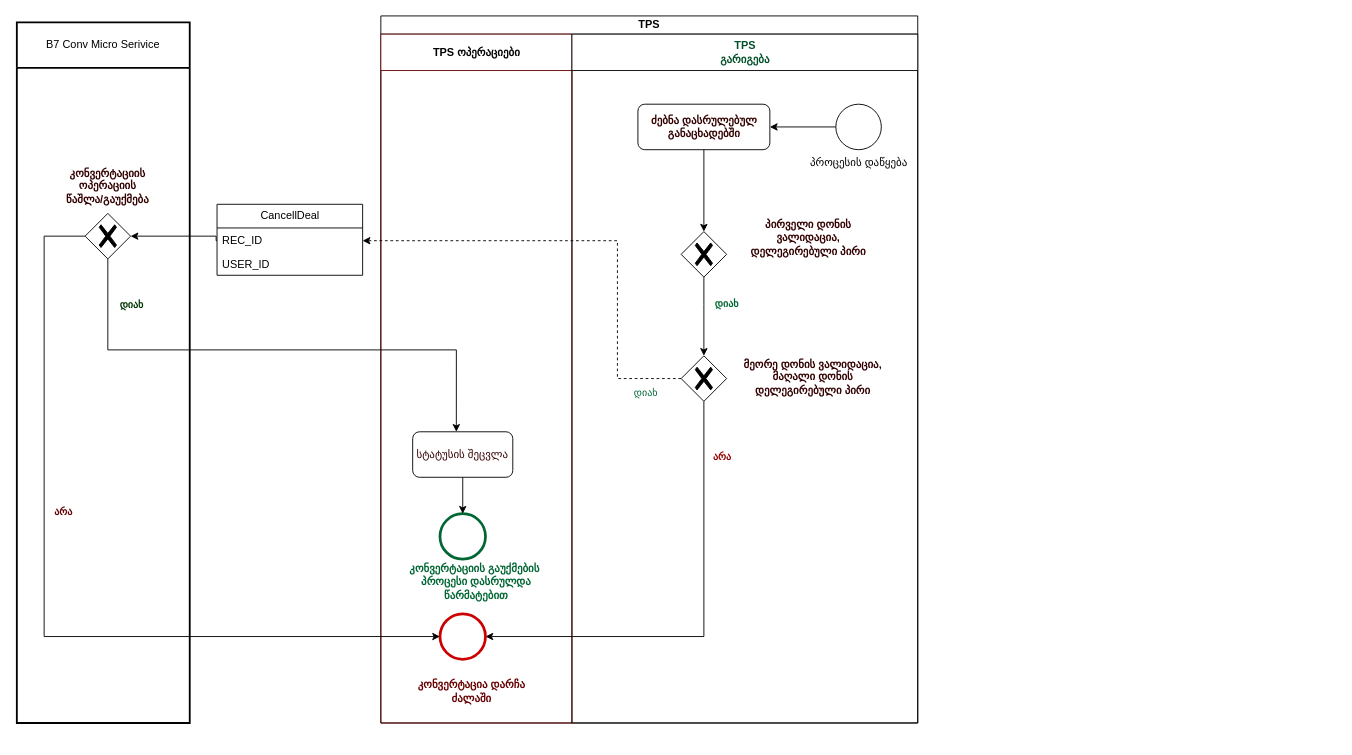
Before: page "შეთანხმების გაუქმება B7" (4 of 4) of RateDealProcessDiagram.drawio in vaso514d/drawio, a draw.io diagram. Source tidied: cells renumbered, new cells numbered last; positions are measured from the earlier drawing's top-left corner, leaving out a move shared by most shapes. Both pictures are drawn from the tidied source at 91%, with x=0, y=0 at pixel (16, 15).
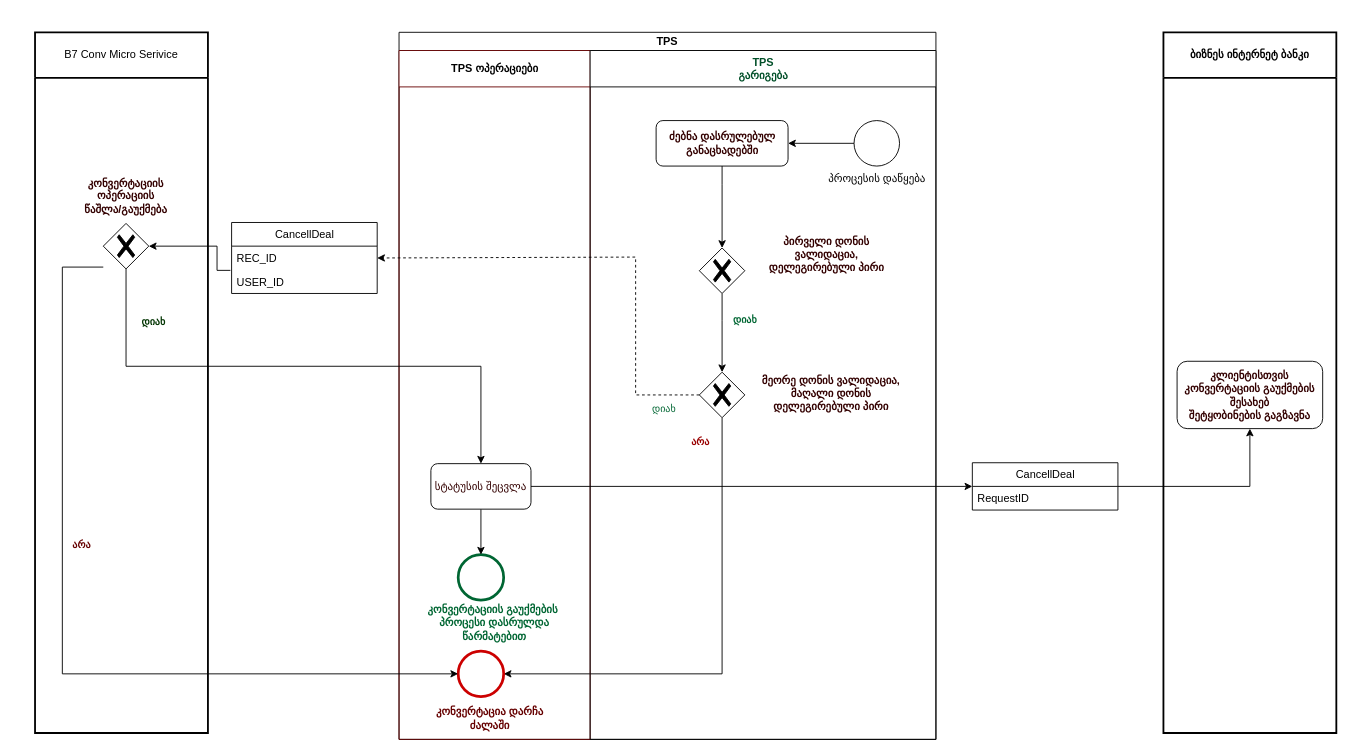
Above is the later version.

Unchanged cells that the change refers to:
```xml
<mxCell id="3" style="points=[[0.25,0.25,0],[0.5,0,0],[0.75,0.25,0],[1,0.5,0],[0.75,0.75,0],[0.5,1,0],[0.25,0.75,0],[0,0.5,0]];shape=mxgraph.bpmn.gateway2;html=1;verticalLabelPosition=bottom;labelBackgroundColor=#ffffff;verticalAlign=top;align=center;perimeter=rhombusPerimeter;outlineConnect=0;outline=none;symbol=none;gwType=exclusive;" parent="2" vertex="1">
  <mxGeometry x="75" y="210" width="50" height="50" as="geometry" />
</mxCell>
<mxCell id="8" value="TPS ოპერაციები" style="swimlane;html=1;startSize=40;perimeterSpacing=1;strokeColor=#660000;" parent="5" vertex="1">
  <mxGeometry y="20" width="210" height="757" as="geometry" />
</mxCell>
<mxCell id="16" style="points=[[0.25,0.25,0],[0.5,0,0],[0.75,0.25,0],[1,0.5,0],[0.75,0.75,0],[0.5,1,0],[0.25,0.75,0],[0,0.5,0]];shape=mxgraph.bpmn.gateway2;html=1;verticalLabelPosition=bottom;labelBackgroundColor=#ffffff;verticalAlign=top;align=center;perimeter=rhombusPerimeter;outlineConnect=0;outline=none;symbol=none;gwType=exclusive;" parent="15" vertex="1">
  <mxGeometry x="120" y="353.5" width="50" height="50" as="geometry" />
</mxCell>
<mxCell id="26" value="REC_ID" style="text;strokeColor=none;fillColor=none;align=left;verticalAlign=top;spacingLeft=4;spacingRight=4;overflow=hidden;points=[[0,0.5],[1,0.5]];portConstraint=eastwest;whiteSpace=wrap;html=1;fontColor=#000000;" parent="25" vertex="1">
  <mxGeometry y="26" width="160" height="26" as="geometry" />
</mxCell>
```

Diff of the diagram source:
```diff
@@
     <mxCell id="2" value="B7 Conv Micro Serivice" style="swimlane;html=1;startSize=50;fontStyle=0;horizontal=1;swimlaneLine=1;strokeWidth=2;swimlaneFillColor=#ffffff;whiteSpace=wrap;" parent="1" vertex="1">
-      <mxGeometry y="7" width="190" height="770" as="geometry" />
+      <mxGeometry x="20" y="18" width="190" height="770" as="geometry" />
     </mxCell>
@@
     <mxCell id="5" value="TPS" style="swimlane;html=1;startSize=20;whiteSpace=wrap;" parent="1" vertex="1">
-      <mxGeometry x="400" width="590" height="777" as="geometry" />
+      <mxGeometry x="420" y="18" width="590" height="777" as="geometry" />
     </mxCell>
     <mxCell id="6" style="edgeStyle=orthogonalEdgeStyle;rounded=0;jettySize=auto;html=1;startArrow=none;startFill=0;entryX=1;entryY=0.5;entryDx=0;entryDy=0;entryPerimeter=0;exitX=0.5;exitY=1;exitDx=0;exitDy=0;exitPerimeter=0;" parent="5" edge="1" source="16" target="9">
       <mxGeometry relative="1" as="geometry">
         <Array as="points">
-          <mxPoint x="355" y="682" />
+          <mxPoint x="355" y="705" />
         </Array>
       </mxGeometry>
     </mxCell>
     <mxCell id="7" value="არა" style="edgeLabel;html=1;align=center;verticalAlign=middle;fontColor=#990000;fontStyle=1;" parent="6" vertex="1">
       <mxGeometry x="-0.7" y="1" relative="1" as="geometry">
-        <mxPoint x="18" y="-14" as="offset" />
+        <mxPoint x="-26" y="-52" as="offset" />
       </mxGeometry>
     </mxCell>
@@
     <mxCell id="9" style="points=[[0.145,0.145,0],[0.5,0,0],[0.855,0.145,0],[1,0.5,0],[0.855,0.855,0],[0.5,1,0],[0.145,0.855,0],[0,0.5,0]];shape=mxgraph.bpmn.event;html=1;verticalLabelPosition=bottom;labelBackgroundColor=#ffffff;verticalAlign=top;align=center;perimeter=ellipsePerimeter;outlineConnect=0;outline=end;symbol=terminate2;strokeColor=#CC0000;" parent="8" vertex="1">
-      <mxGeometry x="65" y="637" width="50" height="50" as="geometry" />
+      <mxGeometry x="65" y="660" width="50" height="50" as="geometry" />
     </mxCell>
     <mxCell id="10" style="points=[[0.145,0.145,0],[0.5,0,0],[0.855,0.145,0],[1,0.5,0],[0.855,0.855,0],[0.5,1,0],[0.145,0.855,0],[0,0.5,0]];shape=mxgraph.bpmn.event;html=1;verticalLabelPosition=bottom;labelBackgroundColor=#ffffff;verticalAlign=top;align=center;perimeter=ellipsePerimeter;outlineConnect=0;outline=end;symbol=terminate2;fontColor=#000000;strokeColor=#006633;" parent="8" vertex="1">
-      <mxGeometry x="65" y="527" width="50" height="50" as="geometry" />
+      <mxGeometry x="65" y="554" width="50" height="50" as="geometry" />
     </mxCell>
@@
     <mxCell id="12" value="სტატუსის შეცვლა" style="rounded=1;whiteSpace=wrap;html=1;labelBackgroundColor=none;fontColor=#330000;fillStyle=auto;strokeWidth=1;" parent="8" vertex="1">
-      <mxGeometry x="35" y="437" width="110" height="50" as="geometry" />
+      <mxGeometry x="35" y="454" width="110" height="50" as="geometry" />
     </mxCell>
     <mxCell id="13" value="კონვერტაციის გაუქმების&amp;nbsp; პროცესი დასრულდა წარმატებით" style="text;html=1;strokeColor=none;fillColor=none;align=center;verticalAlign=middle;whiteSpace=wrap;rounded=0;fontColor=#006633;fontStyle=1;" parent="8" vertex="1">
-      <mxGeometry x="20" y="587" width="170" height="30" as="geometry" />
+      <mxGeometry x="20" y="614" width="170" height="30" as="geometry" />
     </mxCell>
     <mxCell id="14" value="კონვერტაცია დარჩა ძალაში" style="text;html=1;strokeColor=none;fillColor=none;align=center;verticalAlign=middle;whiteSpace=wrap;rounded=0;fontColor=#660000;fontStyle=1;" parent="8" vertex="1">
-      <mxGeometry x="30" y="707" width="140" height="30" as="geometry" />
+      <mxGeometry x="30" y="719" width="140" height="30" as="geometry" />
     </mxCell>
@@
     <mxCell id="25" value="CancellDeal" style="swimlane;fontStyle=0;horizontal=1;startSize=26;fillColor=none;html=1;fontColor=#000000;" parent="1" vertex="1">
-      <mxGeometry x="220" y="207" width="160" height="78" as="geometry" />
+      <mxGeometry x="236" y="227" width="160" height="78" as="geometry" />
     </mxCell>
@@
-    <mxCell id="28" style="edgeStyle=orthogonalEdgeStyle;rounded=0;jettySize=auto;html=1;entryX=1;entryY=0.5;entryDx=0;entryDy=0;entryPerimeter=0;" parent="1" edge="1" target="3">
+    <mxCell id="28" style="edgeStyle=orthogonalEdgeStyle;rounded=0;jettySize=auto;html=1;entryX=1;entryY=0.5;entryDx=0;entryDy=0;entryPerimeter=0;exitX=-0.008;exitY=1.023;exitDx=0;exitDy=0;exitPerimeter=0;" parent="1" edge="1" source="26" target="3">
       <mxGeometry relative="1" as="geometry">
-        <mxPoint x="220" y="247" as="sourcePoint" />
         <Array as="points">
-          <mxPoint x="219" y="242" />
+          <mxPoint x="220" y="280" />
+          <mxPoint x="220" y="253" />
         </Array>
       </mxGeometry>
     </mxCell>
-    <mxCell id="29" style="edgeStyle=orthogonalEdgeStyle;rounded=0;jettySize=auto;html=1;fontColor=#990000;startArrow=none;startFill=0;entryX=0;entryY=0.5;entryDx=0;entryDy=0;entryPerimeter=0;exitX=0;exitY=0.5;exitDx=0;exitDy=0;exitPerimeter=0;" parent="1" edge="1" source="3" target="9">
+    <mxCell id="29" style="edgeStyle=orthogonalEdgeStyle;rounded=0;jettySize=auto;html=1;fontColor=#990000;startArrow=none;startFill=0;entryX=0;entryY=0.5;entryDx=0;entryDy=0;entryPerimeter=0;exitX=0;exitY=0.5;exitDx=0;exitDy=0;exitPerimeter=0;" parent="1" edge="1" target="9">
       <mxGeometry relative="1" as="geometry">
+        <mxPoint x="95" y="276" as="sourcePoint" />
         <Array as="points">
-          <mxPoint x="30" y="242" />
-          <mxPoint x="30" y="682" />
+          <mxPoint x="50" y="276" />
+          <mxPoint x="50" y="723" />
         </Array>
       </mxGeometry>
     </mxCell>
@@
-    <mxCell id="31" style="edgeStyle=orthogonalEdgeStyle;rounded=0;jettySize=auto;html=1;fontColor=#006633;dashed=1;exitX=0;exitY=0.5;exitDx=0;exitDy=0;exitPerimeter=0;" parent="1" edge="1" source="16">
+    <mxCell id="31" style="edgeStyle=orthogonalEdgeStyle;rounded=0;jettySize=auto;html=1;fontColor=#006633;dashed=1;exitX=0;exitY=0.5;exitDx=0;exitDy=0;exitPerimeter=0;entryX=1;entryY=0.5;entryDx=0;entryDy=0;" parent="1" edge="1" source="16" target="26">
       <mxGeometry relative="1" as="geometry">
-        <mxPoint x="380" y="247" as="targetPoint" />
         <Array as="points">
-          <mxPoint x="660" y="399" />
-          <mxPoint x="660" y="247" />
+          <mxPoint x="680" y="417" />
+          <mxPoint x="680" y="265" />
         </Array>
       </mxGeometry>
     </mxCell>
@@
-    <mxCell id="33" style="edgeStyle=orthogonalEdgeStyle;rounded=0;jettySize=auto;html=1;fontColor=#990000;startArrow=none;startFill=0;entryX=0.436;entryY=0;entryDx=0;entryDy=0;entryPerimeter=0;" parent="1" edge="1" source="3" target="12">
+    <mxCell id="33" style="edgeStyle=orthogonalEdgeStyle;rounded=0;jettySize=auto;html=1;fontColor=#990000;startArrow=none;startFill=0;" parent="1" edge="1" source="3">
       <mxGeometry relative="1" as="geometry">
+        <mxPoint x="510" y="492" as="targetPoint" />
         <Array as="points">
-          <mxPoint x="100" y="367" />
-          <mxPoint x="483" y="367" />
+          <mxPoint x="120" y="385" />
+          <mxPoint x="510" y="385" />
+          <mxPoint x="510" y="492" />
         </Array>
       </mxGeometry>
     </mxCell>
@@
+    <mxCell id="35" value="&lt;b&gt;ბიზნეს ინტერნეტ ბანკი&lt;/b&gt;" style="swimlane;html=1;startSize=50;fontStyle=0;horizontal=1;swimlaneLine=1;strokeWidth=2;swimlaneFillColor=#ffffff;whiteSpace=wrap;" parent="1" vertex="1">
+      <mxGeometry x="1260" y="18" width="190" height="770" as="geometry" />
+    </mxCell>
+    <mxCell id="36" value="&lt;b style=&quot;border-color: var(--border-color);&quot;&gt;კლიენტისთვის&lt;br&gt;კონვერტაციის გაუქმების&lt;br&gt;შესახებ&lt;br&gt;შეტყობინების გაგზავნა&lt;br&gt;&lt;/b&gt;" style="rounded=1;whiteSpace=wrap;html=1;labelBackgroundColor=none;fontColor=#330000;" parent="35" vertex="1">
+      <mxGeometry x="15" y="361.5" width="160" height="74" as="geometry" />
+    </mxCell>
+    <mxCell id="37" style="edgeStyle=orthogonalEdgeStyle;rounded=0;jettySize=auto;html=1;entryX=0.5;entryY=1;entryDx=0;entryDy=0;fontColor=#990000;startArrow=none;startFill=0;endArrow=classic;endFill=1;" parent="1" edge="1" source="38" target="36">
+      <mxGeometry relative="1" as="geometry" />
+    </mxCell>
+    <mxCell id="38" value="CancellDeal" style="swimlane;fontStyle=0;horizontal=1;startSize=26;fillColor=none;html=1;fontColor=#000000;" parent="1" vertex="1">
+      <mxGeometry x="1050" y="491" width="160" height="52" as="geometry" />
+    </mxCell>
+    <mxCell id="39" value="RequestID" style="text;strokeColor=none;fillColor=none;align=left;verticalAlign=top;spacingLeft=4;spacingRight=4;overflow=hidden;whiteSpace=wrap;html=1;fontColor=#000000;" parent="38" vertex="1">
+      <mxGeometry y="26" width="160" height="26" as="geometry" />
+    </mxCell>
+    <mxCell id="40" style="edgeStyle=orthogonalEdgeStyle;rounded=0;jettySize=auto;html=1;fontColor=#990000;startArrow=none;startFill=0;endArrow=classic;endFill=1;" parent="1" edge="1" source="12" target="38">
+      <mxGeometry relative="1" as="geometry" />
+    </mxCell>
```
